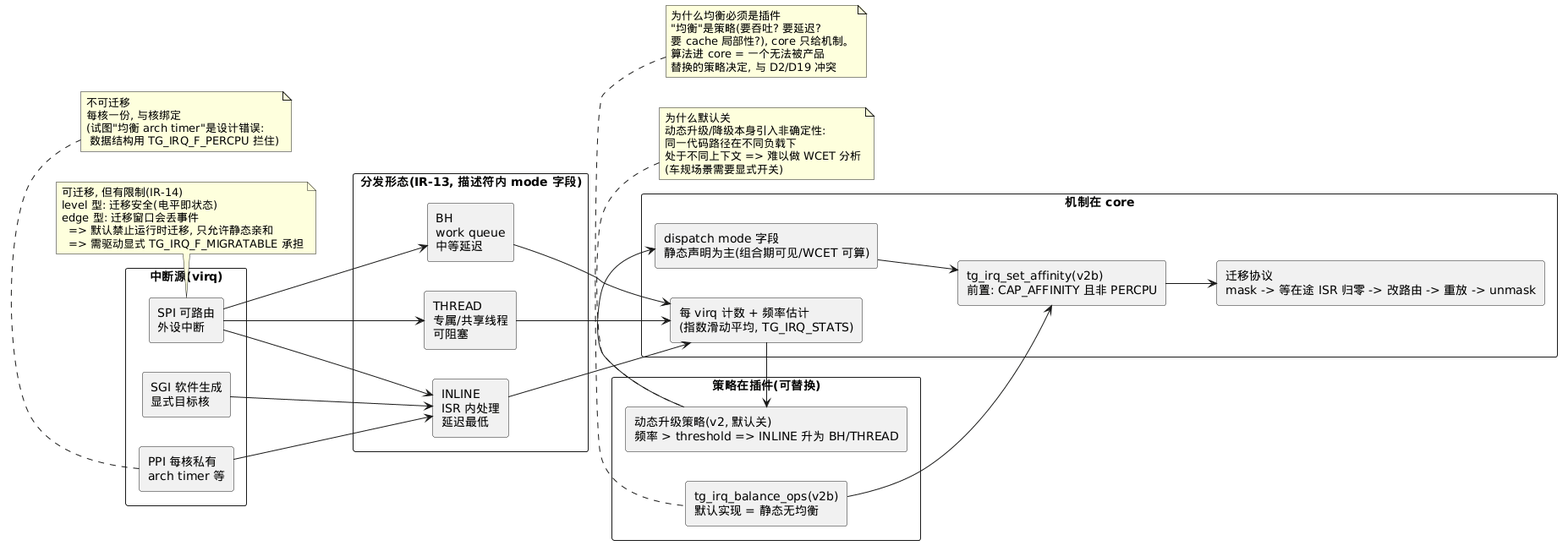
Above: docs/3-os-core/pics/3-02-int-06.png in zhuyh4n9/brickOS (PlantUML), before the change. Its diagram source:
```plantuml
@startuml

skinparam componentStyle rectangle
skinparam packageStyle rectangle
skinparam shadowing false
left to right direction

package "中断源(virq)" as SRC {
  [SGI 软件生成\n显式目标核] as SGI
  [PPI 每核私有\narch timer 等] as PPI
  [SPI 可路由\n外设中断] as SPI
}

package "分发形态(IR-13, 描述符内 mode 字段)" as DISP {
  [INLINE\nISR 内处理\n延迟最低] as INLINE
  [BH\nwork queue\n中等延迟] as BHM
  [THREAD\n专属/共享线程\n可阻塞] as TH
}

package "机制在 core" as MECH {
  [dispatch mode 字段\n静态声明为主(组合期可见/WCET 可算)] as MODE
  [每 virq 计数 + 频率估计\n(指数滑动平均, TG_IRQ_STATS)] as STAT
  [tg_irq_set_affinity(v2b)\n前置: CAP_AFFINITY 且非 PERCPU] as AFF
  [迁移协议\nmask -> 等在途 ISR 归零 -> 改路由 -> 重放 -> unmask] as MIG
}

package "策略在插件(可替换)" as POL {
  [动态升级策略(v2, 默认关)\n频率 > threshold => INLINE 升为 BH/THREAD] as UPG
  [tg_irq_balance_ops(v2b)\n默认实现 = 静态无均衡] as BAL
}

SGI --> INLINE
PPI --> INLINE
SPI --> INLINE
SPI --> BHM
SPI --> TH
INLINE --> STAT
BHM --> STAT
TH --> STAT
STAT --> UPG
UPG --> MODE
MODE --> AFF
BAL --> AFF
AFF --> MIG

note bottom of PPI
  不可迁移
  每核一份, 与核绑定
  (试图"均衡 arch timer"是设计错误:
   数据结构用 TG_IRQ_F_PERCPU 拦住)
end note

note bottom of SPI
  可迁移, 但有限制(IR-14)
  level 型: 迁移安全(电平即状态)
  edge 型: 迁移窗口会丢事件
    => 默认禁止运行时迁移, 只允许静态亲和
    => 需驱动显式 TG_IRQ_F_MIGRATABLE 承担
end note

note top of UPG
  为什么默认关
  动态升级/降级本身引入非确定性:
  同一代码路径在不同负载下
  处于不同上下文 => 难以做 WCET 分析
  (车规场景需要显式开关)
end note

note top of BAL
  为什么均衡必须是插件
  "均衡"是策略(要吞吐? 要延迟?
  要 cache 局部性?), core 只给机制。
  算法进 core = 一个无法被产品
  替换的策略决定, 与 D2/D19 冲突
end note
@enduml
```
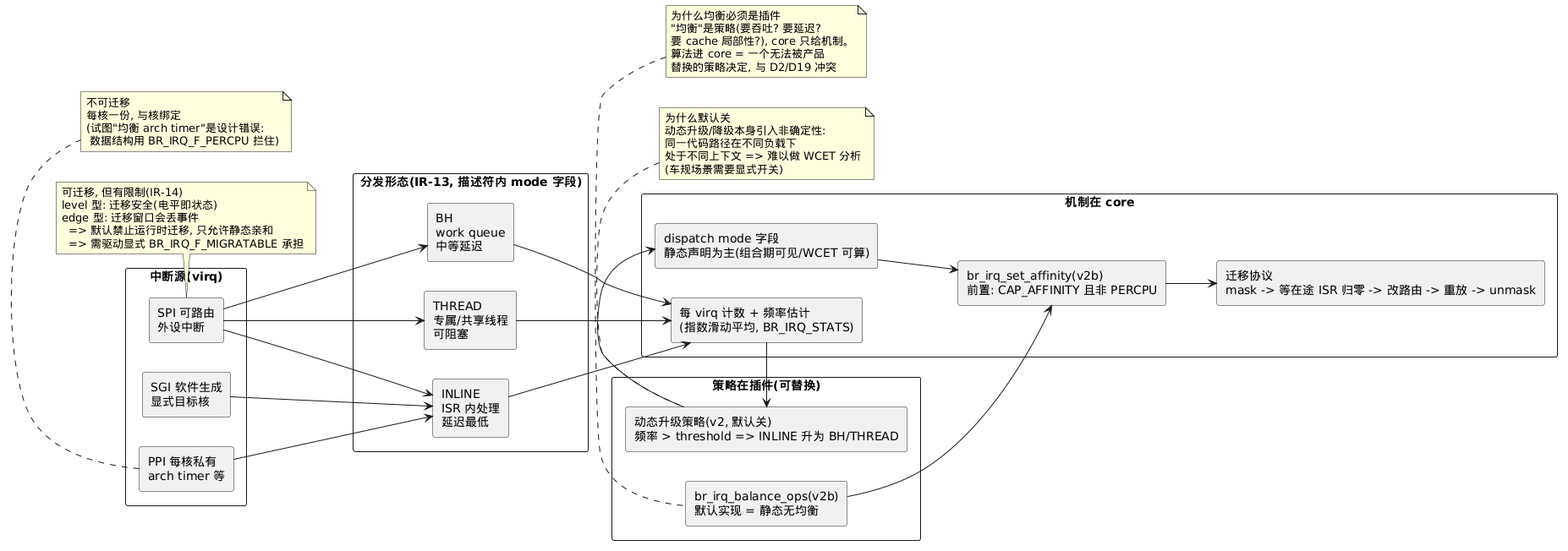
The same file after the commit.

Change to the diagram source:
```diff
@@ -19,14 +19,14 @@
 
 package "机制在 core" as MECH {
   [dispatch mode 字段\n静态声明为主(组合期可见/WCET 可算)] as MODE
-  [每 virq 计数 + 频率估计\n(指数滑动平均, TG_IRQ_STATS)] as STAT
-  [tg_irq_set_affinity(v2b)\n前置: CAP_AFFINITY 且非 PERCPU] as AFF
+  [每 virq 计数 + 频率估计\n(指数滑动平均, BR_IRQ_STATS)] as STAT
+  [br_irq_set_affinity(v2b)\n前置: CAP_AFFINITY 且非 PERCPU] as AFF
   [迁移协议\nmask -> 等在途 ISR 归零 -> 改路由 -> 重放 -> unmask] as MIG
 }
 
 package "策略在插件(可替换)" as POL {
   [动态升级策略(v2, 默认关)\n频率 > threshold => INLINE 升为 BH/THREAD] as UPG
-  [tg_irq_balance_ops(v2b)\n默认实现 = 静态无均衡] as BAL
+  [br_irq_balance_ops(v2b)\n默认实现 = 静态无均衡] as BAL
 }
 
 SGI --> INLINE
@@ -47,7 +47,7 @@
   不可迁移
   每核一份, 与核绑定
   (试图"均衡 arch timer"是设计错误:
-   数据结构用 TG_IRQ_F_PERCPU 拦住)
+   数据结构用 BR_IRQ_F_PERCPU 拦住)
 end note
 
 note bottom of SPI
@@ -55,7 +55,7 @@
   level 型: 迁移安全(电平即状态)
   edge 型: 迁移窗口会丢事件
     => 默认禁止运行时迁移, 只允许静态亲和
-    => 需驱动显式 TG_IRQ_F_MIGRATABLE 承担
+    => 需驱动显式 BR_IRQ_F_MIGRATABLE 承担
 end note
 
 note top of UPG
```
